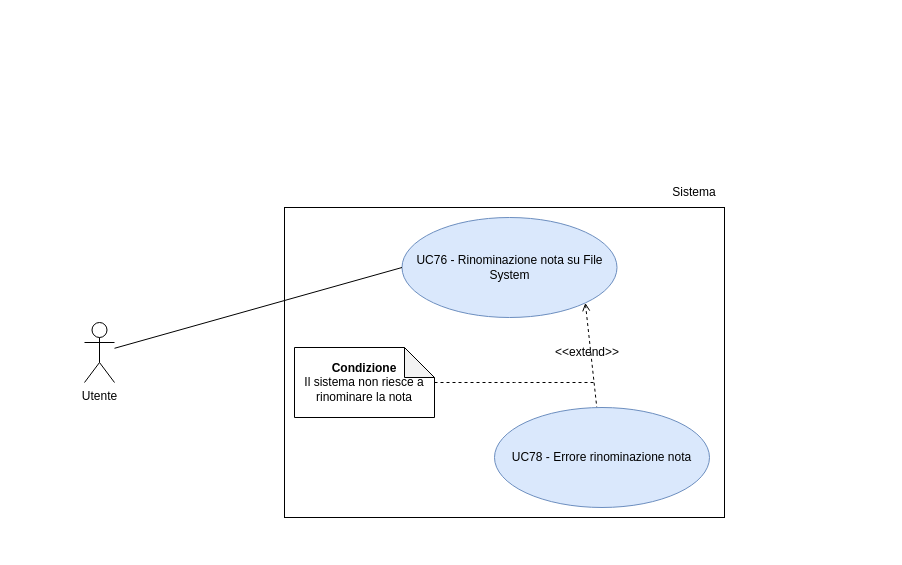
Above: RTB/doc_esterna/analisi-dei-requisiti/assets/draw.io/UC76.drawio in thebitless-group-swe/thebitless.github.io (draw.io), before the change. Source tidied: cells renumbered, new cells numbered last; positions are measured from the earlier drawing's top-left corner, leaving out a move shared by most shapes. Both pictures are drawn from the tidied source at 100%, with x=0, y=0 at pixel (84, 177).
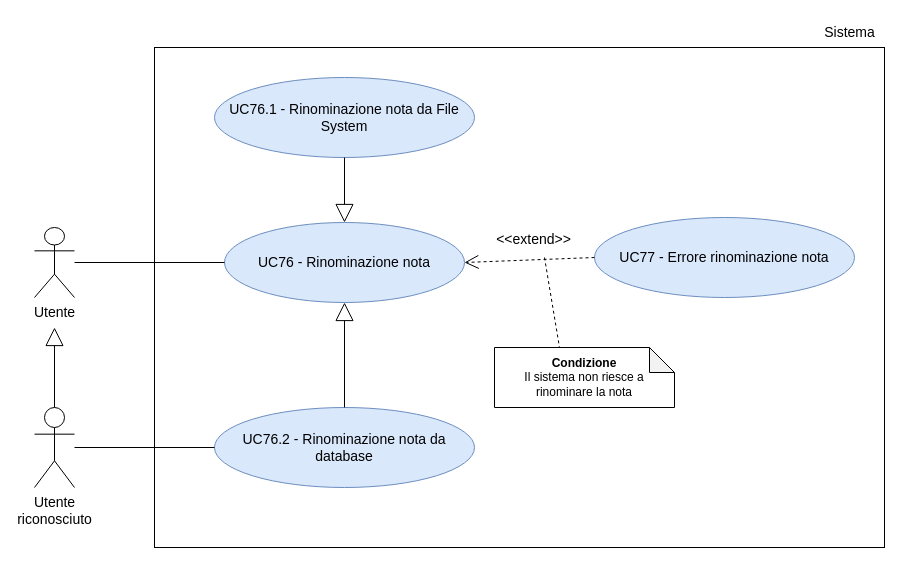
The same page after the edit.

The edit, as a diff of the source:
```diff
@@
 <mxGraphModel>
   <root>
     <mxCell id="0" />
     <mxCell id="1" parent="0" />
-    <mxCell id="2" style="rounded=0;whiteSpace=wrap;html=1;" parent="1" vertex="1">
-      <mxGeometry x="200" y="30" width="440" height="310" as="geometry" />
-    </mxCell>
-    <mxCell id="3" style="rounded=0;jettySize=auto;html=1;exitX=1;exitY=1;exitDx=0;exitDy=0;dashed=1;startArrow=open;startFill=0;endArrow=none;endFill=0;" parent="1" edge="1" source="4" target="8">
-      <mxGeometry relative="1" as="geometry" />
-    </mxCell>
-    <mxCell id="4" value="UC76 - Rinominazione nota su File System" style="ellipse;whiteSpace=wrap;html=1;fillColor=#dae8fc;strokeColor=#6c8ebf;" parent="1" vertex="1">
-      <mxGeometry x="317.5" y="40" width="215" height="100" as="geometry" />
-    </mxCell>
-    <mxCell id="5" style="rounded=0;jettySize=auto;html=1;endArrow=none;endFill=0;entryX=0;entryY=0.5;entryDx=0;entryDy=0;" parent="1" edge="1" source="6" target="4">
-      <mxGeometry relative="1" as="geometry" />
-    </mxCell>
+    <mxCell id="7" value="Sistema" style="text;html=1;align=center;verticalAlign=middle;strokeColor=none;fillColor=none;fontSize=14;" parent="1" vertex="1">
+      <mxGeometry x="730" y="-160" width="70" height="30" as="geometry" />
+    </mxCell>
+    <mxCell id="12" style="whiteSpace=wrap;html=1;fillColor=none;strokeColor=#000000;" parent="1" vertex="1">
+      <mxGeometry x="70" y="-130" width="730" height="500" as="geometry" />
+    </mxCell>
+    <mxCell id="13" value="Utente&lt;br&gt;riconosciuto" style="shape=umlActor;verticalLabelPosition=bottom;verticalAlign=top;html=1;outlineConnect=0;fontSize=14;" parent="1" vertex="1">
+      <mxGeometry x="-50" y="230" width="40" height="80" as="geometry" />
+    </mxCell>
+    <mxCell id="14" value="UC76 - Rinominazione nota" style="ellipse;whiteSpace=wrap;html=1;fillColor=#dae8fc;strokeColor=#6c8ebf;fontSize=14;" parent="1" vertex="1">
+      <mxGeometry x="140" y="45" width="240" height="80" as="geometry" />
+    </mxCell>
+    <mxCell id="15" value="UC76.1 - Rinominazione nota da File&lt;br&gt;System" style="ellipse;whiteSpace=wrap;html=1;fillColor=#dae8fc;strokeColor=#6c8ebf;fontSize=14;" parent="1" vertex="1">
+      <mxGeometry x="130" y="-100" width="260" height="80" as="geometry" />
+    </mxCell>
+    <mxCell id="16" value="UC76.2 - Rinominazione nota da&lt;br&gt;database" style="ellipse;whiteSpace=wrap;html=1;fillColor=#dae8fc;strokeColor=#6c8ebf;fontSize=14;" parent="1" vertex="1">
+      <mxGeometry x="130" y="230" width="260" height="80" as="geometry" />
+    </mxCell>
+    <mxCell id="17" value="&lt;div&gt;UC77 - Errore rinominazione nota&lt;br&gt;&lt;/div&gt;" style="ellipse;whiteSpace=wrap;html=1;fillColor=#dae8fc;strokeColor=#6c8ebf;fontSize=14;" parent="1" vertex="1">
+      <mxGeometry x="510" y="40" width="260" height="80" as="geometry" />
+    </mxCell>
+    <mxCell id="18" style="endArrow=none;html=1;rounded=0;entryX=0;entryY=0.5;entryDx=0;entryDy=0;" parent="1" edge="1" source="6" target="14">
+      <mxGeometry relative="1" as="geometry" />
+    </mxCell>
+    <mxCell id="19" style="endArrow=block;endSize=16;endFill=0;html=1;rounded=0;exitX=0.5;exitY=1;exitDx=0;exitDy=0;entryX=0.5;entryY=0;entryDx=0;entryDy=0;" parent="1" edge="1" source="15" target="14">
+      <mxGeometry relative="1" as="geometry" />
+    </mxCell>
+    <mxCell id="20" style="endArrow=block;endSize=16;endFill=0;html=1;rounded=0;entryX=0.5;entryY=1;entryDx=0;entryDy=0;exitX=0.5;exitY=0;exitDx=0;exitDy=0;" parent="1" edge="1" source="16" target="14">
+      <mxGeometry relative="1" as="geometry" />
+    </mxCell>
+    <mxCell id="11" value="&lt;font style=&quot;font-size: 14px;&quot;&gt;&amp;lt;&amp;lt;extend&amp;gt;&amp;gt;&lt;/font&gt;" style="endArrow=open;endSize=12;dashed=1;html=1;rounded=0;exitX=0;exitY=0.5;exitDx=0;exitDy=0;entryX=1;entryY=0.5;entryDx=0;entryDy=0;" parent="1" edge="1" source="17" target="14">
+      <mxGeometry x="-0.08" y="-20" relative="1" as="geometry" />
+    </mxCell>
+    <mxCell id="10" value="&lt;b&gt;Condizione&lt;/b&gt;&lt;br&gt;Il sistema non riesce a&lt;br&gt;rinominare la nota" style="shape=note;whiteSpace=wrap;html=1;backgroundOutline=1;darkOpacity=0.05;fontSize=12;align=center;size=25;" parent="1" vertex="1">
+      <mxGeometry x="410" y="170" width="180" height="60" as="geometry" />
+    </mxCell>
+    <mxCell id="21" style="endArrow=none;dashed=1;html=1;rounded=0;entryX=0;entryY=0;entryDx=65;entryDy=0;entryPerimeter=0;" parent="1" edge="1" target="10">
+      <mxGeometry relative="1" as="geometry">
+        <mxPoint x="460" y="80" as="sourcePoint" />
+      </mxGeometry>
+    </mxCell>
+    <mxCell id="22" style="endArrow=none;html=1;rounded=0;entryX=0;entryY=0.5;entryDx=0;entryDy=0;" parent="1" edge="1" source="13" target="16">
+      <mxGeometry relative="1" as="geometry" />
+    </mxCell>
+    <mxCell id="23" style="endArrow=block;endSize=16;endFill=0;html=1;rounded=0;exitX=0.5;exitY=0;exitDx=0;exitDy=0;exitPerimeter=0;" parent="1" edge="1" source="13">
+      <mxGeometry relative="1" as="geometry">
+        <mxPoint x="-30" y="150" as="targetPoint" />
+      </mxGeometry>
+    </mxCell>
-    <mxCell id="6" value="Utente" style="shape=umlActor;verticalLabelPosition=bottom;verticalAlign=top;html=1;outlineConnect=0;" parent="1" vertex="1">
-      <mxGeometry y="145" width="30" height="60" as="geometry" />
+    <mxCell id="6" value="Utente" style="shape=umlActor;verticalLabelPosition=bottom;verticalAlign=top;html=1;outlineConnect=0;fontSize=14;" parent="1" vertex="1">
+      <mxGeometry x="-50" y="50" width="40" height="70" as="geometry" />
     </mxCell>
-    <mxCell id="7" value="Sistema" style="text;html=1;whiteSpace=wrap;strokeColor=none;fillColor=none;align=center;verticalAlign=middle;rounded=0;" parent="1" vertex="1">
-      <mxGeometry x="580" width="60" height="30" as="geometry" />
-    </mxCell>
-    <mxCell id="8" value="UC78 - Errore rinominazione nota" style="ellipse;whiteSpace=wrap;html=1;fillColor=#dae8fc;strokeColor=#6c8ebf;" parent="1" vertex="1">
-      <mxGeometry x="410" y="230" width="215" height="100" as="geometry" />
-    </mxCell>
-    <mxCell id="9" style="edgeStyle=orthogonalEdgeStyle;rounded=0;jettySize=auto;html=1;endArrow=none;endFill=0;dashed=1;" parent="1" edge="1" source="10">
-      <mxGeometry relative="1" as="geometry">
-        <mxPoint x="510" y="205" as="targetPoint" />
-      </mxGeometry>
-    </mxCell>
-    <mxCell id="10" value="&lt;b&gt;Condizione&lt;/b&gt;&lt;div&gt;Il sistema non riesce a rinominare la nota&lt;/div&gt;" style="shape=note;whiteSpace=wrap;html=1;backgroundOutline=1;darkOpacity=0.05;" parent="1" vertex="1">
-      <mxGeometry x="210" y="170" width="140" height="70" as="geometry" />
-    </mxCell>
-    <mxCell id="11" value="&amp;lt;&amp;lt;extend&amp;gt;&amp;gt;" style="text;html=1;whiteSpace=wrap;strokeColor=none;fillColor=none;align=center;verticalAlign=middle;rounded=0;" parent="1" vertex="1">
-      <mxGeometry x="472.5" y="160" width="60" height="30" as="geometry" />
-    </mxCell>
   </root>
 </mxGraphModel>
```
